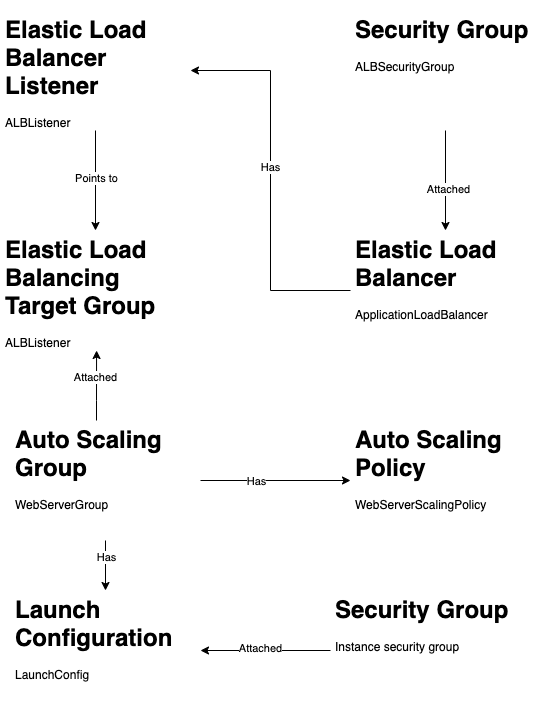
sebastianlzy/draw-io keeps this draw.io diagram as awesomebuilderIII -Webserver Cloudformation.png. Above is the earlier version. Source tidied: cells renumbered, new cells last; positions are measured from the earlier drawing's top-left corner, leaving out a move shared by most shapes.
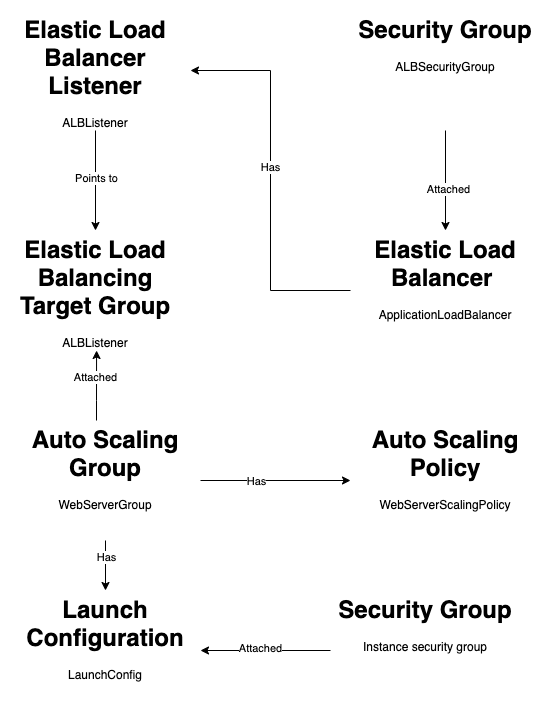
The same file after the commit.

What changed in the source:
```diff
@@ -2,16 +2,16 @@
   <root>
     <mxCell id="0" />
     <mxCell id="1" parent="0" />
-    <mxCell id="2" style="edgeStyle=orthogonalEdgeStyle;rounded=0;jettySize=auto;html=1;entryX=1;entryY=0.5;entryDx=0;entryDy=0;" parent="1" edge="1" source="4" target="14">
+    <mxCell id="2" style="edgeStyle=orthogonalEdgeStyle;rounded=0;jettySize=auto;html=1;entryX=1;entryY=0.5;entryDx=0;entryDy=0;align=center;" parent="1" edge="1" source="4" target="14">
       <mxGeometry relative="1" as="geometry" />
     </mxCell>
     <mxCell id="3" value="Has" style="edgeLabel;html=1;align=center;verticalAlign=middle;" parent="2" vertex="1">
       <mxGeometry x="0.07" y="1" relative="1" as="geometry" />
     </mxCell>
-    <mxCell id="4" value="&lt;h1&gt;Elastic Load Balancer&amp;nbsp;&lt;/h1&gt;&lt;div&gt;ApplicationLoadBalancer&lt;/div&gt;" style="text;html=1;strokeColor=none;fillColor=none;spacing=5;spacingTop=-20;whiteSpace=wrap;overflow=hidden;rounded=0;" parent="1" vertex="1">
+    <mxCell id="4" value="&lt;h1&gt;Elastic Load Balancer&amp;nbsp;&lt;/h1&gt;&lt;div&gt;ApplicationLoadBalancer&lt;/div&gt;" style="text;html=1;strokeColor=none;fillColor=none;spacing=5;spacingTop=-20;whiteSpace=wrap;overflow=hidden;rounded=0;align=center;" parent="1" vertex="1">
       <mxGeometry x="350" y="220" width="190" height="120" as="geometry" />
     </mxCell>
-    <mxCell id="5" style="edgeStyle=orthogonalEdgeStyle;rounded=0;orthogonalLoop=1;jettySize=auto;html=1;entryX=0.553;entryY=1;entryDx=0;entryDy=0;entryPerimeter=0;" parent="1" edge="1">
+    <mxCell id="5" style="edgeStyle=orthogonalEdgeStyle;rounded=0;orthogonalLoop=1;jettySize=auto;html=1;entryX=0.553;entryY=1;entryDx=0;entryDy=0;entryPerimeter=0;align=center;" parent="1" edge="1">
       <mxGeometry relative="1" as="geometry">
         <mxPoint x="96" y="410" as="sourcePoint" />
         <mxPoint x="96.1" y="340" as="targetPoint" />
@@ -24,55 +24,55 @@
     <mxCell id="6" value="Attached" style="edgeLabel;html=1;align=center;verticalAlign=middle;" parent="5" vertex="1">
       <mxGeometry x="0.23" y="2" relative="1" as="geometry" />
     </mxCell>
-    <mxCell id="7" style="edgeStyle=orthogonalEdgeStyle;rounded=0;jettySize=auto;html=1;entryX=0.5;entryY=0;entryDx=0;entryDy=0;" parent="1" edge="1" source="11" target="16">
+    <mxCell id="7" style="edgeStyle=orthogonalEdgeStyle;rounded=0;jettySize=auto;html=1;entryX=0.5;entryY=0;entryDx=0;entryDy=0;align=center;" parent="1" edge="1" source="11" target="16">
       <mxGeometry relative="1" as="geometry" />
     </mxCell>
     <mxCell id="8" value="Has" style="edgeLabel;html=1;align=center;verticalAlign=middle;" parent="7" vertex="1">
       <mxGeometry x="-0.36" relative="1" as="geometry" />
     </mxCell>
-    <mxCell id="9" style="edgeStyle=orthogonalEdgeStyle;rounded=0;jettySize=auto;html=1;entryX=0;entryY=0.5;entryDx=0;entryDy=0;" parent="1" edge="1" source="11" target="15">
+    <mxCell id="9" style="edgeStyle=orthogonalEdgeStyle;rounded=0;jettySize=auto;html=1;entryX=0;entryY=0.5;entryDx=0;entryDy=0;align=center;" parent="1" edge="1" source="11" target="15">
       <mxGeometry relative="1" as="geometry" />
     </mxCell>
     <mxCell id="10" value="Has" style="edgeLabel;html=1;align=center;verticalAlign=middle;" parent="9" vertex="1">
       <mxGeometry x="-0.27" relative="1" as="geometry" />
     </mxCell>
-    <mxCell id="11" value="&lt;h1&gt;Auto Scaling Group&lt;/h1&gt;&lt;div&gt;WebServerGroup&lt;/div&gt;" style="text;html=1;strokeColor=none;fillColor=none;spacing=5;spacingTop=-20;whiteSpace=wrap;overflow=hidden;rounded=0;" parent="1" vertex="1">
+    <mxCell id="11" value="&lt;h1&gt;Auto Scaling Group&lt;/h1&gt;&lt;div&gt;WebServerGroup&lt;/div&gt;" style="text;html=1;strokeColor=none;fillColor=none;spacing=5;spacingTop=-20;whiteSpace=wrap;overflow=hidden;rounded=0;align=center;" parent="1" vertex="1">
       <mxGeometry x="10" y="410" width="190" height="120" as="geometry" />
     </mxCell>
-    <mxCell id="12" style="edgeStyle=orthogonalEdgeStyle;rounded=0;jettySize=auto;html=1;entryX=0.5;entryY=0;entryDx=0;entryDy=0;" parent="1" edge="1" source="14" target="23">
+    <mxCell id="12" style="edgeStyle=orthogonalEdgeStyle;rounded=0;jettySize=auto;html=1;entryX=0.5;entryY=0;entryDx=0;entryDy=0;align=center;" parent="1" edge="1" source="14" target="23">
       <mxGeometry relative="1" as="geometry" />
     </mxCell>
     <mxCell id="13" value="Points to" style="edgeLabel;html=1;align=center;verticalAlign=middle;" parent="12" vertex="1">
       <mxGeometry x="-0.06" relative="1" as="geometry" />
     </mxCell>
-    <mxCell id="14" value="&lt;h1&gt;Elastic Load Balancer Listener&lt;/h1&gt;&lt;div&gt;ALBListener&lt;/div&gt;" style="text;html=1;strokeColor=none;fillColor=none;spacing=5;spacingTop=-20;whiteSpace=wrap;overflow=hidden;rounded=0;" parent="1" vertex="1">
+    <mxCell id="14" value="&lt;h1&gt;Elastic Load Balancer Listener&lt;/h1&gt;&lt;div&gt;ALBListener&lt;/div&gt;" style="text;html=1;strokeColor=none;fillColor=none;spacing=5;spacingTop=-20;whiteSpace=wrap;overflow=hidden;rounded=0;align=center;" parent="1" vertex="1">
       <mxGeometry width="190" height="120" as="geometry" />
     </mxCell>
-    <mxCell id="15" value="&lt;h1&gt;Auto Scaling Policy&lt;/h1&gt;&lt;div&gt;WebServerScalingPolicy&lt;/div&gt;" style="text;html=1;strokeColor=none;fillColor=none;spacing=5;spacingTop=-20;whiteSpace=wrap;overflow=hidden;rounded=0;" parent="1" vertex="1">
+    <mxCell id="15" value="&lt;h1&gt;Auto Scaling Policy&lt;/h1&gt;&lt;div&gt;WebServerScalingPolicy&lt;/div&gt;" style="text;html=1;strokeColor=none;fillColor=none;spacing=5;spacingTop=-20;whiteSpace=wrap;overflow=hidden;rounded=0;align=center;" parent="1" vertex="1">
       <mxGeometry x="350" y="410" width="190" height="120" as="geometry" />
     </mxCell>
-    <mxCell id="16" value="&lt;h1&gt;Launch Configuration&lt;/h1&gt;&lt;div&gt;LaunchConfig&lt;/div&gt;" style="text;html=1;strokeColor=none;fillColor=none;spacing=5;spacingTop=-20;whiteSpace=wrap;overflow=hidden;rounded=0;" parent="1" vertex="1">
+    <mxCell id="16" value="&lt;h1&gt;Launch Configuration&lt;/h1&gt;&lt;div&gt;LaunchConfig&lt;/div&gt;" style="text;html=1;strokeColor=none;fillColor=none;spacing=5;spacingTop=-20;whiteSpace=wrap;overflow=hidden;rounded=0;align=center;" parent="1" vertex="1">
       <mxGeometry x="10" y="580" width="190" height="120" as="geometry" />
     </mxCell>
-    <mxCell id="17" style="edgeStyle=orthogonalEdgeStyle;rounded=0;jettySize=auto;html=1;" parent="1" edge="1" source="19" target="16">
+    <mxCell id="17" style="edgeStyle=orthogonalEdgeStyle;rounded=0;jettySize=auto;html=1;align=center;" parent="1" edge="1" source="19" target="16">
       <mxGeometry relative="1" as="geometry" />
     </mxCell>
     <mxCell id="18" value="Attached" style="edgeLabel;html=1;align=center;verticalAlign=middle;" parent="17" vertex="1">
       <mxGeometry x="0.09" y="-3" relative="1" as="geometry" />
     </mxCell>
-    <mxCell id="19" value="&lt;h1&gt;Security Group&lt;/h1&gt;&lt;div&gt;Instance security group&lt;/div&gt;" style="text;html=1;strokeColor=none;fillColor=none;spacing=5;spacingTop=-20;whiteSpace=wrap;overflow=hidden;rounded=0;" parent="1" vertex="1">
+    <mxCell id="19" value="&lt;h1&gt;Security Group&lt;/h1&gt;&lt;div&gt;Instance security group&lt;/div&gt;" style="text;html=1;strokeColor=none;fillColor=none;spacing=5;spacingTop=-20;whiteSpace=wrap;overflow=hidden;rounded=0;align=center;" parent="1" vertex="1">
       <mxGeometry x="330" y="580" width="190" height="120" as="geometry" />
     </mxCell>
-    <mxCell id="20" style="edgeStyle=orthogonalEdgeStyle;rounded=0;jettySize=auto;html=1;" parent="1" edge="1" source="22" target="4">
+    <mxCell id="20" style="edgeStyle=orthogonalEdgeStyle;rounded=0;jettySize=auto;html=1;align=center;" parent="1" edge="1" source="22" target="4">
       <mxGeometry relative="1" as="geometry" />
     </mxCell>
     <mxCell id="21" value="Attached" style="edgeLabel;html=1;align=center;verticalAlign=middle;" parent="20" vertex="1">
       <mxGeometry x="0.16" y="2" relative="1" as="geometry" />
     </mxCell>
-    <mxCell id="22" value="&lt;h1&gt;Security Group&lt;/h1&gt;&lt;div&gt;ALBSecurityGroup&lt;/div&gt;" style="text;html=1;strokeColor=none;fillColor=none;spacing=5;spacingTop=-20;whiteSpace=wrap;overflow=hidden;rounded=0;" parent="1" vertex="1">
+    <mxCell id="22" value="&lt;h1&gt;Security Group&lt;/h1&gt;&lt;div&gt;ALBSecurityGroup&lt;/div&gt;" style="text;html=1;strokeColor=none;fillColor=none;spacing=5;spacingTop=-20;whiteSpace=wrap;overflow=hidden;rounded=0;align=center;" parent="1" vertex="1">
       <mxGeometry x="350" width="190" height="120" as="geometry" />
     </mxCell>
-    <mxCell id="23" value="&lt;h1&gt;Elastic Load Balancing Target Group&lt;/h1&gt;&lt;div&gt;ALBListener&lt;/div&gt;" style="text;html=1;strokeColor=none;fillColor=none;spacing=5;spacingTop=-20;whiteSpace=wrap;overflow=hidden;rounded=0;" parent="1" vertex="1">
+    <mxCell id="23" value="&lt;h1&gt;Elastic Load Balancing Target Group&lt;/h1&gt;&lt;div&gt;ALBListener&lt;/div&gt;" style="text;html=1;strokeColor=none;fillColor=none;spacing=5;spacingTop=-20;whiteSpace=wrap;overflow=hidden;rounded=0;align=center;" parent="1" vertex="1">
       <mxGeometry y="220" width="190" height="120" as="geometry" />
     </mxCell>
   </root>
```
